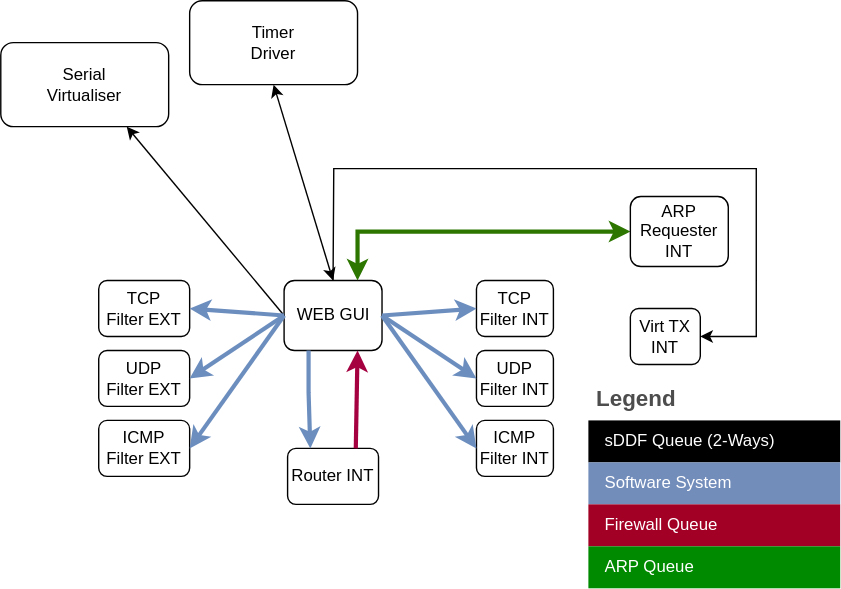
This is examples/firewall/images/firewall_webserver.svg from au-ts/lionsos, a draw.io export, as it was before one commit. Source tidied: cells renumbered, new cells last; positions are measured from the earlier drawing's top-left corner, leaving out a move shared by most shapes.
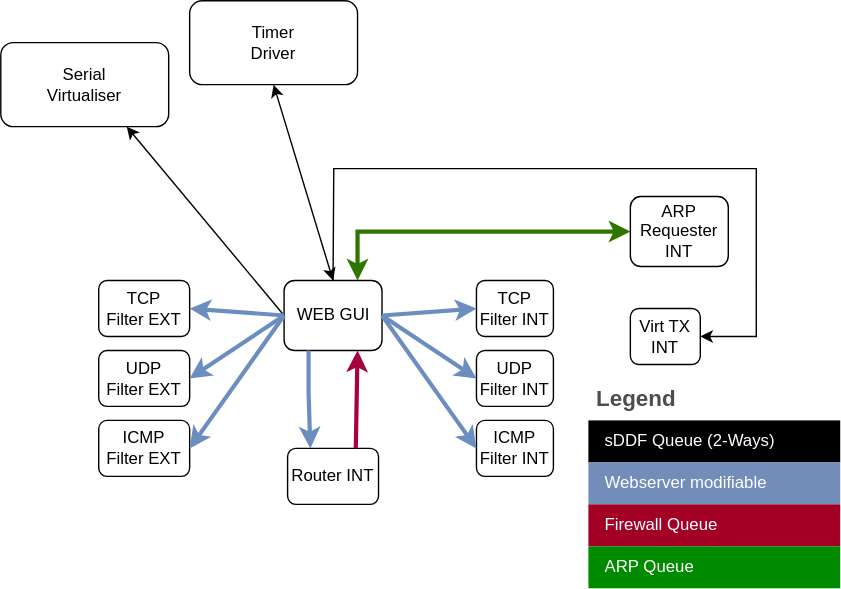
The same diagram one commit later.

Commit message:
firewall: Update legend in diagrams.

The edit, as a diff of the source:
```diff
@@ -100,7 +100,7 @@
     <mxCell id="29" style="shape=tableRow;horizontal=0;startSize=0;swimlaneHead=0;swimlaneBody=0;strokeColor=inherit;top=0;left=0;bottom=0;right=0;fillColor=none;fontSize=12;" parent="26" vertex="1">
       <mxGeometry y="60" width="180" height="30" as="geometry" />
     </mxCell>
-    <mxCell id="30" value="Software System" style="shape=partialRectangle;html=1;whiteSpace=wrap;strokeColor=#001DBC;overflow=hidden;fillColor=#738dbb;top=0;left=0;bottom=0;right=0;fontSize=12;align=left;fontColor=#ffffff;spacingLeft=10;spacingRight=4;" parent="29" vertex="1">
+    <mxCell id="30" value="Webserver modifiable" style="shape=partialRectangle;html=1;whiteSpace=wrap;strokeColor=#001DBC;overflow=hidden;fillColor=#738dbb;top=0;left=0;bottom=0;right=0;fontSize=12;align=left;fontColor=#ffffff;spacingLeft=10;spacingRight=4;" parent="29" vertex="1">
       <mxGeometry width="180" height="30" as="geometry" />
     </mxCell>
     <mxCell id="31" style="shape=tableRow;horizontal=0;startSize=0;swimlaneHead=0;swimlaneBody=0;strokeColor=inherit;top=0;left=0;bottom=0;right=0;fillColor=none;fontSize=12;" parent="26" vertex="1">
```
